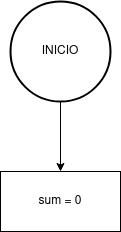
Earlier version of the draw.io export unidad-1/tareas/Tarea3/images/diagrama-tarea3-01.png (mackstm/programacion). Source tidied: cells renumbered, new cells last; positions are measured from the earlier drawing's top-left corner, leaving out a move shared by most shapes.
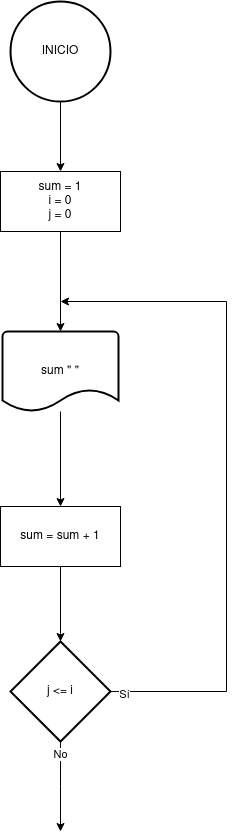
After the change.

What changed in the source:
```diff
@@ -8,8 +8,46 @@
     <mxCell id="3" value="INICIO" style="strokeWidth=2;html=1;shape=mxgraph.flowchart.start_2;whiteSpace=wrap;" parent="1" vertex="1">
       <mxGeometry x="10" width="100" height="100" as="geometry" />
     </mxCell>
+    <mxCell id="5" style="edgeStyle=orthogonalEdgeStyle;rounded=0;jettySize=auto;html=1;" parent="1" edge="1" source="4" target="7">
+      <mxGeometry relative="1" as="geometry" />
+    </mxCell>
-    <mxCell id="4" value="sum = 0" style="rounded=0;whiteSpace=wrap;html=1;" parent="1" vertex="1">
+    <mxCell id="4" value="&lt;div&gt;sum = 1&lt;br&gt;&lt;/div&gt;&lt;div&gt;i = 0&lt;/div&gt;&lt;div&gt;j = 0&lt;br&gt;&lt;/div&gt;" style="rounded=0;whiteSpace=wrap;html=1;" parent="1" vertex="1">
       <mxGeometry y="170" width="120" height="60" as="geometry" />
     </mxCell>
+    <mxCell id="6" style="edgeStyle=orthogonalEdgeStyle;rounded=0;jettySize=auto;html=1;entryX=0.5;entryY=0;entryDx=0;entryDy=0;" parent="1" edge="1" source="7" target="8">
+      <mxGeometry relative="1" as="geometry" />
+    </mxCell>
+    <mxCell id="7" value="sum &quot; &quot;" style="strokeWidth=2;html=1;shape=mxgraph.flowchart.document2;whiteSpace=wrap;size=0.275;" parent="1" vertex="1">
+      <mxGeometry x="2" y="330" width="116" height="80" as="geometry" />
+    </mxCell>
+    <mxCell id="8" value="sum = sum + 1" style="rounded=0;whiteSpace=wrap;html=1;" parent="1" vertex="1">
+      <mxGeometry y="505" width="120" height="60" as="geometry" />
+    </mxCell>
+    <mxCell id="9" style="edgeStyle=orthogonalEdgeStyle;rounded=0;jettySize=auto;html=1;exitX=1;exitY=0.5;exitDx=0;exitDy=0;exitPerimeter=0;" parent="1" edge="1" source="13">
+      <mxGeometry relative="1" as="geometry">
+        <mxPoint x="60" y="300" as="targetPoint" />
+        <Array as="points">
+          <mxPoint x="226" y="690" />
+          <mxPoint x="226" y="300" />
+        </Array>
+      </mxGeometry>
+    </mxCell>
+    <mxCell id="10" value="Sí" style="edgeLabel;html=1;align=center;verticalAlign=middle;" parent="9" vertex="1">
+      <mxGeometry x="-0.96" y="-2" relative="1" as="geometry" />
+    </mxCell>
+    <mxCell id="11" style="edgeStyle=orthogonalEdgeStyle;rounded=0;jettySize=auto;html=1;" parent="1" edge="1" source="13">
+      <mxGeometry relative="1" as="geometry">
+        <mxPoint x="60" y="830" as="targetPoint" />
+      </mxGeometry>
+    </mxCell>
+    <mxCell id="12" value="No" style="edgeLabel;html=1;align=center;verticalAlign=middle;" parent="11" vertex="1">
+      <mxGeometry x="-0.73" y="-1" relative="1" as="geometry" />
+    </mxCell>
+    <mxCell id="13" value="j &amp;lt;= i" style="strokeWidth=2;html=1;shape=mxgraph.flowchart.decision;whiteSpace=wrap;" parent="1" vertex="1">
+      <mxGeometry x="10" y="640" width="100" height="100" as="geometry" />
+    </mxCell>
+    <mxCell id="14" style="edgeStyle=orthogonalEdgeStyle;rounded=0;jettySize=auto;html=1;entryX=0.5;entryY=0;entryDx=0;entryDy=0;entryPerimeter=0;exitX=0.5;exitY=1;exitDx=0;exitDy=0;" parent="1" edge="1" source="8" target="13">
+      <mxGeometry relative="1" as="geometry" />
+    </mxCell>
   </root>
 </mxGraphModel>
```
